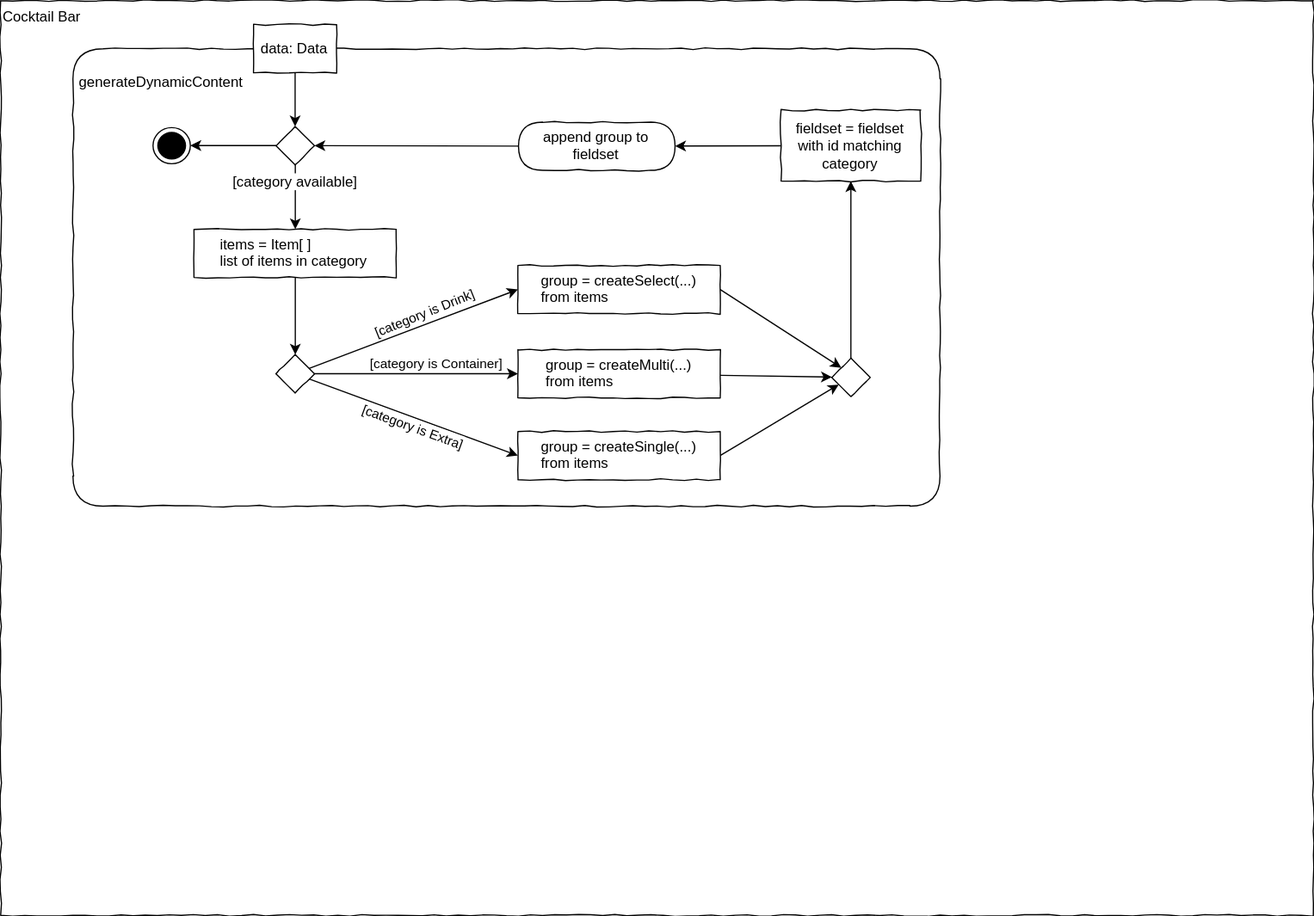
This is L04_DataStructures/Material/draw.io/ActivityDynamic.svg from JirkaDellOro/EIA2-Inverted, a draw.io export, as it was before one commit. Source tidied: cells renumbered, new cells last; positions are measured from the earlier drawing's top-left corner, leaving out a move shared by most shapes.
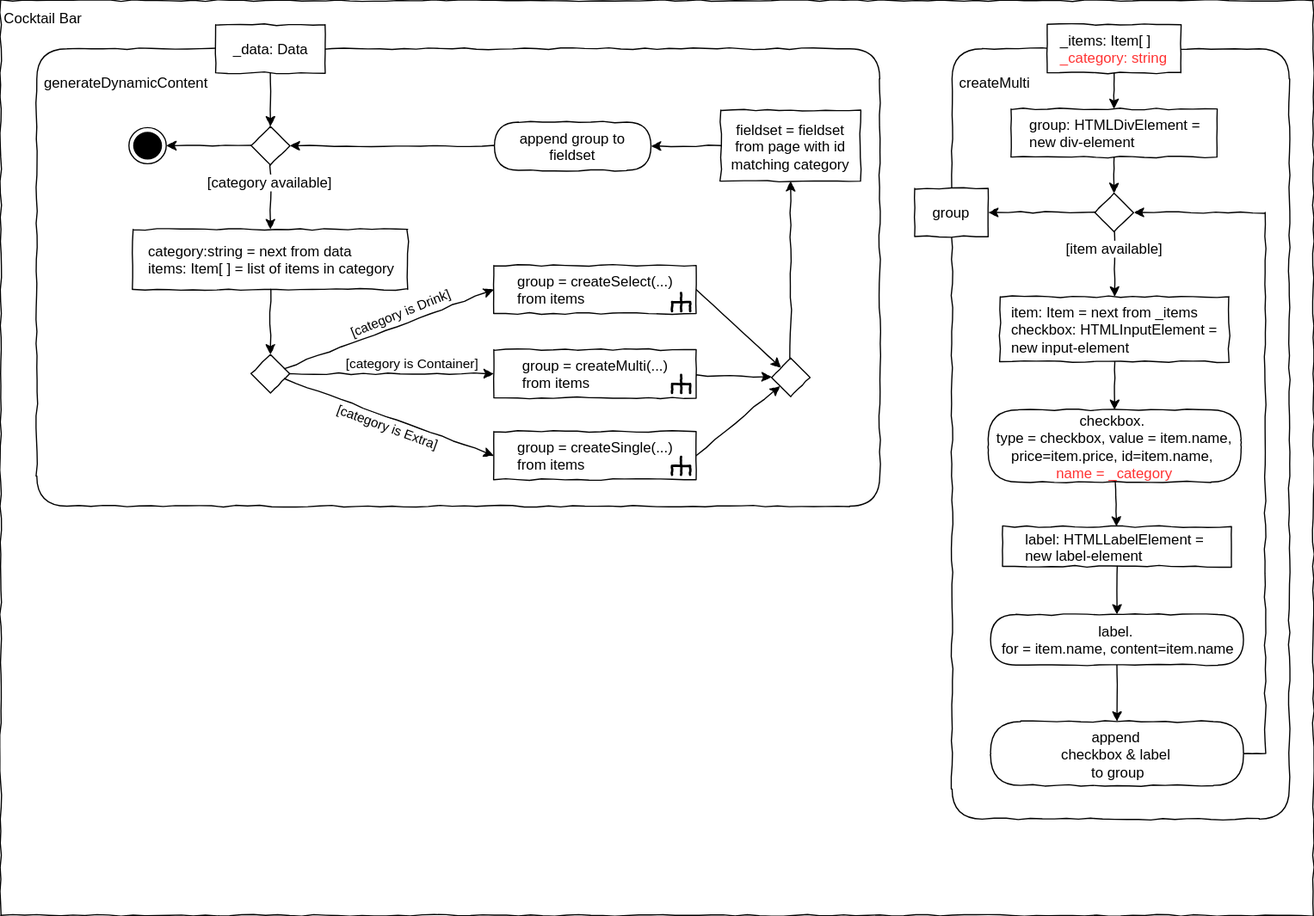
The same diagram one commit later.

Commit message:
L04 bis vor die Implementation

Diff of the diagram source:
```diff
@@ -16,45 +16,45 @@
       </mxGeometry>
     </mxCell>
     <mxCell id="5" value="&lt;div style=&quot;text-align: left&quot;&gt;&lt;br&gt;&lt;/div&gt;&lt;div style=&quot;text-align: left&quot;&gt;&amp;nbsp;generateDynamicContent&lt;/div&gt;" style="rounded=1;whiteSpace=wrap;html=1;shadow=0;glass=0;comic=1;strokeColor=#000000;labelPosition=center;verticalLabelPosition=middle;align=left;verticalAlign=top;absoluteArcSize=1;arcSize=50;" parent="1" vertex="1">
-      <mxGeometry x="60" y="40" width="720" height="380" as="geometry" />
+      <mxGeometry x="30" y="40" width="700" height="380" as="geometry" />
     </mxCell>
-    <mxCell id="6" value="fieldset = fieldset with id matching&lt;br&gt;category" style="rounded=0;whiteSpace=wrap;html=1;comic=1;align=center;shadow=0;fontFamily=Helvetica;fontSize=12;fontColor=#000000;strokeColor=#000000;strokeWidth=1;fillColor=#ffffff;" parent="1" vertex="1">
-      <mxGeometry x="648" y="91" width="116" height="59" as="geometry" />
+    <mxCell id="6" value="fieldset = fieldset from page with id matching category" style="rounded=0;whiteSpace=wrap;html=1;comic=1;align=center;shadow=0;fontFamily=Helvetica;fontSize=12;fontColor=#000000;strokeColor=#000000;strokeWidth=1;fillColor=#ffffff;" parent="1" vertex="1">
+      <mxGeometry x="598" y="91" width="116" height="59" as="geometry" />
     </mxCell>
-    <mxCell id="7" style="edgeStyle=none;rounded=0;jettySize=auto;html=1;" parent="1" edge="1" source="32" target="9">
+    <mxCell id="7" style="edgeStyle=none;rounded=0;jettySize=auto;html=1;comic=1;" parent="1" edge="1" source="32" target="9">
       <mxGeometry relative="1" as="geometry" />
     </mxCell>
-    <mxCell id="8" style="edgeStyle=none;rounded=0;jettySize=auto;html=1;exitX=0.5;exitY=1;exitDx=0;exitDy=0;" parent="1" edge="1" source="14" target="9">
+    <mxCell id="8" style="edgeStyle=none;rounded=0;jettySize=auto;html=1;exitX=0.5;exitY=1;exitDx=0;exitDy=0;comic=1;" parent="1" edge="1" source="14" target="9">
       <mxGeometry relative="1" as="geometry" />
     </mxCell>
     <mxCell id="9" style="rhombus;whiteSpace=wrap;html=1;rounded=0;shadow=0;glass=0;comic=1;strokeColor=#000000;align=left;" parent="1" vertex="1">
-      <mxGeometry x="228.5" y="104.5" width="32" height="32" as="geometry" />
+      <mxGeometry x="208" y="104.5" width="32" height="32" as="geometry" />
     </mxCell>
-    <mxCell id="10" style="edgeStyle=none;rounded=0;jettySize=auto;html=1;entryX=0;entryY=0;entryDx=0;entryDy=0;exitX=1;exitY=0.5;exitDx=0;exitDy=0;" parent="1" edge="1" source="11" target="12">
+    <mxCell id="10" style="edgeStyle=none;rounded=0;jettySize=auto;html=1;entryX=0;entryY=0;entryDx=0;entryDy=0;exitX=1;exitY=0.5;exitDx=0;exitDy=0;comic=1;" parent="1" edge="1" source="11" target="12">
       <mxGeometry relative="1" as="geometry" />
     </mxCell>
     <mxCell id="11" value="&lt;div style=&quot;text-align: left&quot;&gt;group = createSelect(...)&lt;/div&gt;&lt;div style=&quot;text-align: left&quot;&gt;from items&lt;/div&gt;" style="rounded=0;whiteSpace=wrap;html=1;comic=1;align=center;" parent="1" vertex="1">
-      <mxGeometry x="429.5" y="220" width="168" height="40" as="geometry" />
+      <mxGeometry x="409.5" y="220" width="168" height="40" as="geometry" />
     </mxCell>
     <mxCell id="12" style="rhombus;whiteSpace=wrap;html=1;rounded=0;shadow=0;glass=0;comic=1;strokeColor=#000000;align=left;" parent="1" vertex="1">
-      <mxGeometry x="690" y="297" width="32" height="32" as="geometry" />
+      <mxGeometry x="640" y="297" width="32" height="32" as="geometry" />
     </mxCell>
-    <mxCell id="13" style="rounded=0;jettySize=auto;html=1;" parent="1" edge="1" source="12" target="6">
+    <mxCell id="13" style="rounded=0;jettySize=auto;html=1;comic=1;" parent="1" edge="1" source="12" target="6">
       <mxGeometry relative="1" as="geometry" />
     </mxCell>
-    <mxCell id="14" value="&lt;div style=&quot;text-align: left&quot;&gt;data: Data&lt;/div&gt;" style="rounded=0;whiteSpace=wrap;html=1;comic=1;align=center;" parent="1" vertex="1">
-      <mxGeometry x="210" y="20" width="69" height="40" as="geometry" />
+    <mxCell id="14" value="&lt;div style=&quot;text-align: left&quot;&gt;_data: Data&lt;/div&gt;" style="rounded=0;whiteSpace=wrap;html=1;comic=1;align=center;" parent="1" vertex="1">
+      <mxGeometry x="178.5" y="20" width="91" height="40" as="geometry" />
     </mxCell>
     <mxCell id="15" style="ellipse;html=1;shape=endState;fillColor=#000000;strokeColor=#000000;comic=1;align=center;" parent="1" vertex="1">
-      <mxGeometry x="126.5" y="105.5" width="31" height="30" as="geometry" />
+      <mxGeometry x="106.5" y="105.5" width="31" height="30" as="geometry" />
     </mxCell>
-    <mxCell id="16" style="edgeStyle=orthogonalEdgeStyle;rounded=0;jettySize=auto;html=1;" parent="1" edge="1" source="9" target="15">
+    <mxCell id="16" style="edgeStyle=orthogonalEdgeStyle;rounded=0;jettySize=auto;html=1;comic=1;" parent="1" edge="1" source="9" target="15">
       <mxGeometry relative="1" as="geometry" />
     </mxCell>
-    <mxCell id="17" value="&lt;div style=&quot;text-align: left&quot;&gt;items = Item[ ]&lt;/div&gt;&lt;div style=&quot;text-align: left&quot;&gt;list of items in category&lt;/div&gt;" style="rounded=0;whiteSpace=wrap;html=1;comic=1;align=center;" parent="1" vertex="1">
-      <mxGeometry x="160.5" y="190" width="168" height="40" as="geometry" />
+    <mxCell id="17" value="&lt;div style=&quot;text-align: left&quot;&gt;category:string = next from data&lt;/div&gt;&lt;div style=&quot;text-align: left&quot;&gt;items: Item[ ] =&amp;nbsp;&lt;span&gt;list of items in category&lt;/span&gt;&lt;/div&gt;" style="rounded=0;whiteSpace=wrap;html=1;comic=1;align=center;" parent="1" vertex="1">
+      <mxGeometry x="110" y="190" width="228" height="50" as="geometry" />
     </mxCell>
-    <mxCell id="18" style="edgeStyle=orthogonalEdgeStyle;rounded=0;jettySize=auto;html=1;" parent="1" edge="1" source="9" target="17">
+    <mxCell id="18" style="edgeStyle=orthogonalEdgeStyle;rounded=0;jettySize=auto;html=1;comic=1;" parent="1" edge="1" source="9" target="17">
       <mxGeometry relative="1" as="geometry" />
     </mxCell>
     <mxCell id="19" value="[category available]" style="text;html=1;align=center;verticalAlign=bottom;labelBackgroundColor=#ffffff;" parent="18" vertex="1">
@@ -63,24 +63,24 @@
       </mxGeometry>
     </mxCell>
     <mxCell id="20" style="rhombus;whiteSpace=wrap;html=1;rounded=0;shadow=0;glass=0;comic=1;strokeColor=#000000;align=left;" parent="1" vertex="1">
-      <mxGeometry x="228.5" y="294" width="32" height="32" as="geometry" />
+      <mxGeometry x="208" y="294" width="32" height="32" as="geometry" />
     </mxCell>
-    <mxCell id="21" style="edgeStyle=orthogonalEdgeStyle;rounded=0;jettySize=auto;html=1;" parent="1" edge="1" source="17" target="20">
+    <mxCell id="21" style="edgeStyle=orthogonalEdgeStyle;rounded=0;jettySize=auto;html=1;comic=1;" parent="1" edge="1" source="17" target="20">
       <mxGeometry relative="1" as="geometry" />
     </mxCell>
-    <mxCell id="22" style="edgeStyle=none;rounded=0;jettySize=auto;html=1;" parent="1" edge="1" source="23" target="12">
+    <mxCell id="22" style="edgeStyle=none;rounded=0;jettySize=auto;html=1;comic=1;" parent="1" edge="1" source="23" target="12">
       <mxGeometry relative="1" as="geometry" />
     </mxCell>
     <mxCell id="23" value="&lt;div style=&quot;text-align: left&quot;&gt;group = createMulti(...)&lt;/div&gt;&lt;div style=&quot;text-align: left&quot;&gt;from items&lt;/div&gt;" style="rounded=0;whiteSpace=wrap;html=1;comic=1;align=center;" parent="1" vertex="1">
-      <mxGeometry x="429.5" y="290" width="168" height="40" as="geometry" />
+      <mxGeometry x="409.5" y="290" width="168" height="40" as="geometry" />
     </mxCell>
-    <mxCell id="24" style="edgeStyle=none;rounded=0;jettySize=auto;html=1;exitX=1;exitY=0.5;exitDx=0;exitDy=0;" parent="1" edge="1" source="25" target="12">
+    <mxCell id="24" style="edgeStyle=none;rounded=0;jettySize=auto;html=1;exitX=1;exitY=0.5;exitDx=0;exitDy=0;comic=1;" parent="1" edge="1" source="25" target="12">
       <mxGeometry relative="1" as="geometry" />
     </mxCell>
     <mxCell id="25" value="&lt;div style=&quot;text-align: left&quot;&gt;group = createSingle(...)&lt;/div&gt;&lt;div style=&quot;text-align: left&quot;&gt;from items&lt;/div&gt;" style="rounded=0;whiteSpace=wrap;html=1;comic=1;align=center;" parent="1" vertex="1">
-      <mxGeometry x="429.5" y="358" width="168" height="40" as="geometry" />
+      <mxGeometry x="409.5" y="358" width="168" height="40" as="geometry" />
     </mxCell>
-    <mxCell id="26" style="rounded=0;jettySize=auto;html=1;" parent="1" edge="1" source="20" target="23">
+    <mxCell id="26" style="rounded=0;jettySize=auto;html=1;comic=1;" parent="1" edge="1" source="20" target="23">
       <mxGeometry relative="1" as="geometry" />
     </mxCell>
     <mxCell id="27" value="&lt;span style=&quot;font-size: 11px&quot;&gt;[category is Container]&lt;/span&gt;" style="text;html=1;align=center;verticalAlign=middle;labelBackgroundColor=#ffffff;labelPosition=center;verticalLabelPosition=middle;" parent="26" vertex="1">
@@ -88,7 +88,7 @@
         <mxPoint x="6.5" y="-9.5" as="offset" />
       </mxGeometry>
     </mxCell>
-    <mxCell id="28" style="rounded=0;jettySize=auto;html=1;entryX=0;entryY=0.5;entryDx=0;entryDy=0;" parent="1" edge="1" source="20" target="25">
+    <mxCell id="28" style="rounded=0;jettySize=auto;html=1;entryX=0;entryY=0.5;entryDx=0;entryDy=0;comic=1;" parent="1" edge="1" source="20" target="25">
       <mxGeometry relative="1" as="geometry" />
     </mxCell>
     <mxCell id="29" value="&lt;span style=&quot;font-size: 11px&quot;&gt;[category is Extra]&lt;/span&gt;" style="text;html=1;align=center;verticalAlign=top;labelBackgroundColor=#ffffff;labelPosition=center;verticalLabelPosition=bottom;rotation=20;" parent="28" vertex="1">
@@ -96,7 +96,7 @@
         <mxPoint x="-3" y="-8.5" as="offset" />
       </mxGeometry>
     </mxCell>
-    <mxCell id="30" style="rounded=0;jettySize=auto;html=1;entryX=0;entryY=0.5;entryDx=0;entryDy=0;" parent="1" edge="1" source="20" target="11">
+    <mxCell id="30" style="rounded=0;jettySize=auto;html=1;entryX=0;entryY=0.5;entryDx=0;entryDy=0;comic=1;" parent="1" edge="1" source="20" target="11">
       <mxGeometry relative="1" as="geometry" />
     </mxCell>
     <mxCell id="31" value="&lt;span style=&quot;font-size: 11px&quot;&gt;[category is Drink]&lt;/span&gt;" style="text;html=1;align=center;verticalAlign=middle;labelBackgroundColor=#ffffff;labelPosition=center;verticalLabelPosition=middle;rotation=-22;" parent="30" vertex="1">
@@ -105,10 +105,103 @@
       </mxGeometry>
     </mxCell>
     <mxCell id="32" value="append group to fieldset" style="rounded=1;whiteSpace=wrap;html=1;absoluteArcSize=1;arcSize=50;strokeWidth=1;shadow=0;comic=1;align=center;" parent="1" vertex="1">
-      <mxGeometry x="430" y="101" width="130" height="40" as="geometry" />
+      <mxGeometry x="410" y="101" width="130" height="40" as="geometry" />
     </mxCell>
-    <mxCell id="33" style="edgeStyle=none;rounded=0;jettySize=auto;html=1;" parent="1" edge="1" source="6" target="32">
+    <mxCell id="33" style="edgeStyle=none;rounded=0;jettySize=auto;html=1;comic=1;" parent="1" edge="1" source="6" target="32">
       <mxGeometry relative="1" as="geometry" />
     </mxCell>
+    <mxCell id="34" style="group;rotation=90;align=center;comic=1;" parent="1" vertex="1">
+      <mxGeometry x="555.5" y="238" width="20" height="20" as="geometry" />
+    </mxCell>
+    <mxCell id="35" style="strokeWidth=2;html=1;shape=mxgraph.flowchart.annotation_2;align=left;rounded=1;comic=1;rotation=90;" parent="34" vertex="1">
+      <mxGeometry x="2" y="5" width="15" height="15" as="geometry" />
+    </mxCell>
+    <mxCell id="36" style="endArrow=none;html=1;entryX=0.508;entryY=0.487;entryPerimeter=0;exitX=1;exitY=0.5;exitPerimeter=0;strokeWidth=2;comic=1;" parent="34" edge="1" source="35" target="35">
+      <mxGeometry relative="1" as="geometry" />
+    </mxCell>
+    <mxCell id="37" style="group;rotation=90;align=center;comic=1;" parent="1" vertex="1">
+      <mxGeometry x="555.5" y="306" width="20" height="20" as="geometry" />
+    </mxCell>
+    <mxCell id="38" style="strokeWidth=2;html=1;shape=mxgraph.flowchart.annotation_2;align=left;rounded=1;comic=1;rotation=90;" parent="37" vertex="1">
+      <mxGeometry x="2" y="5" width="15" height="15" as="geometry" />
+    </mxCell>
+    <mxCell id="39" style="endArrow=none;html=1;entryX=0.508;entryY=0.487;entryPerimeter=0;exitX=1;exitY=0.5;exitPerimeter=0;strokeWidth=2;comic=1;" parent="37" edge="1" source="38" target="38">
+      <mxGeometry relative="1" as="geometry" />
+    </mxCell>
+    <mxCell id="40" style="group;rotation=90;align=center;comic=1;" parent="1" vertex="1">
+      <mxGeometry x="555.5" y="374" width="20" height="20" as="geometry" />
+    </mxCell>
+    <mxCell id="41" style="strokeWidth=2;html=1;shape=mxgraph.flowchart.annotation_2;align=left;rounded=1;comic=1;rotation=90;" parent="40" vertex="1">
+      <mxGeometry x="2" y="5" width="15" height="15" as="geometry" />
+    </mxCell>
+    <mxCell id="42" style="endArrow=none;html=1;entryX=0.508;entryY=0.487;entryPerimeter=0;exitX=1;exitY=0.5;exitPerimeter=0;strokeWidth=2;comic=1;" parent="40" edge="1" source="41" target="41">
+      <mxGeometry relative="1" as="geometry" />
+    </mxCell>
+    <mxCell id="43" value="&lt;div style=&quot;text-align: left&quot;&gt;&lt;br&gt;&lt;/div&gt;&lt;div style=&quot;text-align: left&quot;&gt;&amp;nbsp;createMulti&lt;/div&gt;" style="rounded=1;whiteSpace=wrap;html=1;shadow=0;glass=0;comic=1;strokeColor=#000000;labelPosition=center;verticalLabelPosition=middle;align=left;verticalAlign=top;absoluteArcSize=1;arcSize=50;" parent="1" vertex="1">
+      <mxGeometry x="790" y="40" width="280" height="640" as="geometry" />
+    </mxCell>
+    <mxCell id="44" style="edgeStyle=none;rounded=0;jettySize=auto;html=1;comic=1;" parent="1" edge="1" source="45" target="47">
+      <mxGeometry relative="1" as="geometry" />
+    </mxCell>
+    <mxCell id="45" value="&lt;div style=&quot;text-align: left&quot;&gt;_items: Item[ ]&lt;/div&gt;&lt;div style=&quot;text-align: left&quot;&gt;&lt;font color=&quot;#ff3333&quot;&gt;_category: string&lt;/font&gt;&lt;/div&gt;" style="rounded=0;whiteSpace=wrap;html=1;comic=1;align=center;" parent="1" vertex="1">
+      <mxGeometry x="869" y="20" width="111" height="40" as="geometry" />
+    </mxCell>
+    <mxCell id="46" style="edgeStyle=none;rounded=0;jettySize=auto;html=1;comic=1;" parent="1" edge="1" source="47" target="48">
+      <mxGeometry relative="1" as="geometry" />
+    </mxCell>
+    <mxCell id="47" value="&lt;div style=&quot;text-align: left&quot;&gt;group: HTMLDivElement =&lt;br&gt;new div-element&lt;/div&gt;" style="rounded=0;whiteSpace=wrap;html=1;comic=1;align=center;" parent="1" vertex="1">
+      <mxGeometry x="839" y="90" width="171" height="40" as="geometry" />
+    </mxCell>
+    <mxCell id="48" style="rhombus;whiteSpace=wrap;html=1;rounded=0;shadow=0;glass=0;comic=1;strokeColor=#000000;align=left;" parent="1" vertex="1">
+      <mxGeometry x="908.5" y="160" width="32" height="32" as="geometry" />
+    </mxCell>
+    <mxCell id="49" style="edgeStyle=none;rounded=0;jettySize=auto;html=1;comic=1;" parent="1" edge="1" source="50" target="52">
+      <mxGeometry relative="1" as="geometry" />
+    </mxCell>
+    <mxCell id="50" value="&lt;div style=&quot;text-align: left&quot;&gt;item: Item = next from _items&lt;/div&gt;&lt;div style=&quot;text-align: left&quot;&gt;checkbox: HTMLInputElement =&lt;/div&gt;&lt;div style=&quot;text-align: left&quot;&gt;new input-element&lt;/div&gt;" style="rounded=0;whiteSpace=wrap;html=1;comic=1;align=center;" parent="1" vertex="1">
+      <mxGeometry x="830" y="246" width="190" height="54" as="geometry" />
+    </mxCell>
+    <mxCell id="51" style="edgeStyle=none;rounded=0;comic=1;jettySize=auto;html=1;" parent="1" edge="1" source="52" target="55">
+      <mxGeometry relative="1" as="geometry" />
+    </mxCell>
+    <mxCell id="52" value="&lt;div&gt;checkbox.&amp;nbsp;&lt;/div&gt;&lt;div&gt;type = checkbox, value = item.name, price=item.price, id=item.name,&amp;nbsp;&lt;/div&gt;&lt;div&gt;&lt;font color=&quot;#ff3333&quot;&gt;name = _category&lt;/font&gt;&lt;/div&gt;" style="rounded=1;whiteSpace=wrap;html=1;absoluteArcSize=1;arcSize=50;strokeWidth=1;shadow=0;comic=1;align=center;fontFamily=Helvetica;fontSize=12;fontColor=#000000;strokeColor=#000000;fillColor=#ffffff;" parent="1" vertex="1">
+      <mxGeometry x="820" y="340" width="210" height="60" as="geometry" />
+    </mxCell>
+    <mxCell id="53" style="edgeStyle=orthogonalEdgeStyle;rounded=0;jettySize=auto;html=1;comic=1;" parent="1" edge="1" source="48" target="50">
+      <mxGeometry relative="1" as="geometry" />
+    </mxCell>
+    <mxCell id="54" value="[item available]" style="text;html=1;align=center;verticalAlign=bottom;labelBackgroundColor=#ffffff;" parent="53" vertex="1">
+      <mxGeometry x="-0.12" y="-1" relative="1" as="geometry">
+        <mxPoint y="-2" as="offset" />
+      </mxGeometry>
+    </mxCell>
+    <mxCell id="55" value="&lt;div style=&quot;text-align: left&quot;&gt;label: HTMLLabelElement =&amp;nbsp;&lt;/div&gt;&lt;div style=&quot;text-align: left&quot;&gt;new label-element&lt;/div&gt;" style="rounded=0;whiteSpace=wrap;html=1;comic=1;align=center;" parent="1" vertex="1">
+      <mxGeometry x="832" y="437" width="190" height="33" as="geometry" />
+    </mxCell>
+    <mxCell id="56" style="edgeStyle=none;rounded=0;comic=1;jettySize=auto;html=1;" parent="1" edge="1" source="57" target="59">
+      <mxGeometry relative="1" as="geometry" />
+    </mxCell>
+    <mxCell id="57" value="&lt;div&gt;label.&amp;nbsp;&lt;/div&gt;&lt;div&gt;for = item.name, content=item.name&lt;/div&gt;" style="rounded=1;whiteSpace=wrap;html=1;absoluteArcSize=1;arcSize=50;strokeWidth=1;shadow=0;comic=1;align=center;fontFamily=Helvetica;fontSize=12;fontColor=#000000;strokeColor=#000000;fillColor=#ffffff;" parent="1" vertex="1">
+      <mxGeometry x="822" y="510" width="210" height="42" as="geometry" />
+    </mxCell>
+    <mxCell id="58" style="edgeStyle=elbowEdgeStyle;rounded=0;comic=1;jettySize=auto;html=1;entryX=1;entryY=0.5;entryDx=0;entryDy=0;" parent="1" edge="1" source="59" target="48">
+      <mxGeometry relative="1" as="geometry">
+        <Array as="points">
+          <mxPoint x="1050" y="400" />
+        </Array>
+      </mxGeometry>
+    </mxCell>
+    <mxCell id="59" value="&lt;div&gt;append&amp;nbsp;&lt;/div&gt;&lt;div&gt;checkbox &amp;amp; label&amp;nbsp;&lt;/div&gt;&lt;div&gt;to group&lt;/div&gt;" style="rounded=1;whiteSpace=wrap;html=1;absoluteArcSize=1;arcSize=50;strokeWidth=1;shadow=0;comic=1;align=center;fontFamily=Helvetica;fontSize=12;fontColor=#000000;strokeColor=#000000;fillColor=#ffffff;" parent="1" vertex="1">
+      <mxGeometry x="822" y="599" width="210" height="53" as="geometry" />
+    </mxCell>
+    <mxCell id="60" style="edgeStyle=none;rounded=0;jettySize=auto;html=1;comic=1;" parent="1" edge="1" source="55" target="57">
+      <mxGeometry relative="1" as="geometry" />
+    </mxCell>
+    <mxCell id="61" value="&lt;div style=&quot;text-align: left&quot;&gt;group&lt;/div&gt;" style="rounded=0;whiteSpace=wrap;html=1;comic=1;align=center;" parent="1" vertex="1">
+      <mxGeometry x="759" y="156" width="61" height="40" as="geometry" />
+    </mxCell>
+    <mxCell id="62" style="edgeStyle=none;rounded=0;jettySize=auto;html=1;comic=1;" parent="1" edge="1" source="48" target="61">
+      <mxGeometry relative="1" as="geometry" />
+    </mxCell>
   </root>
 </mxGraphModel>
```
